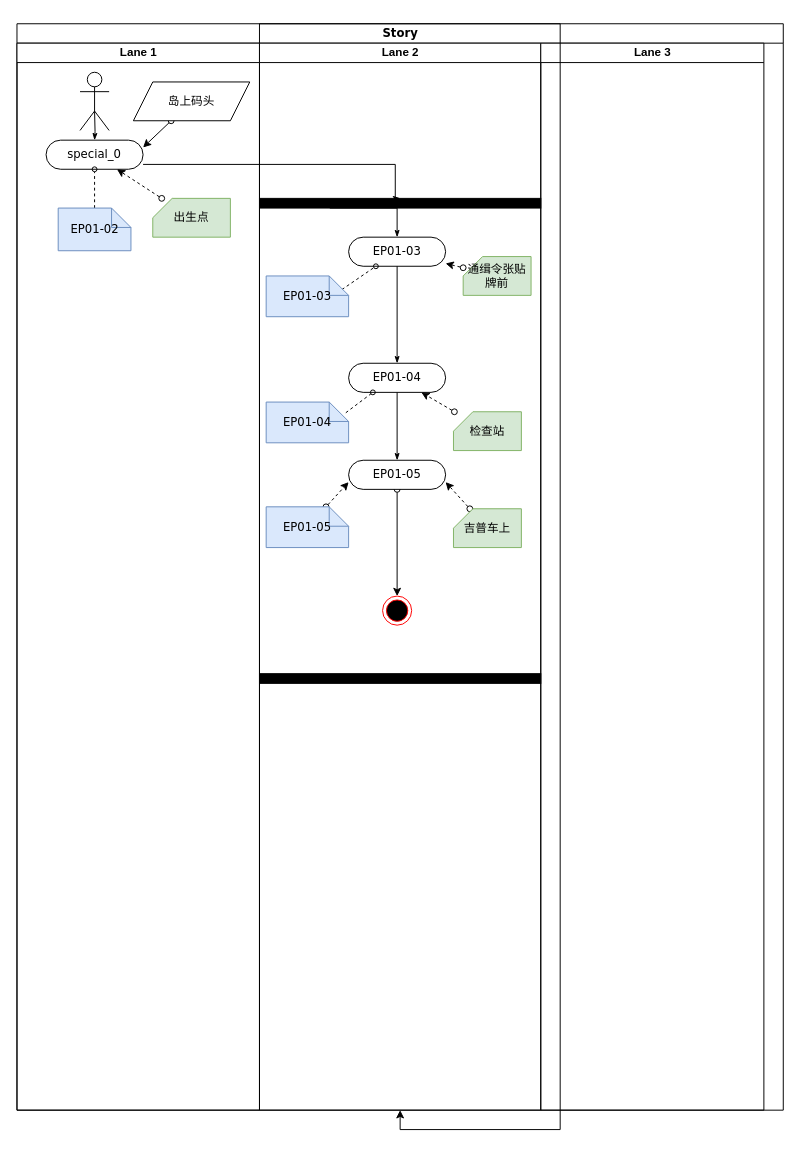
kwh3884858/Hippocampus keeps this draw.io diagram as page "关卡流程图" (1 of 2) of Tools/LevelDesignUML/LevelDesignUML_EP_01.drawio. Above is the earlier version. Source tidied: cells renumbered, new cells numbered last; positions are measured from the earlier drawing's top-left corner, leaving out a move shared by most shapes. Both pictures are drawn from the tidied source at 97%, with x=0, y=0 at pixel (16, 23).
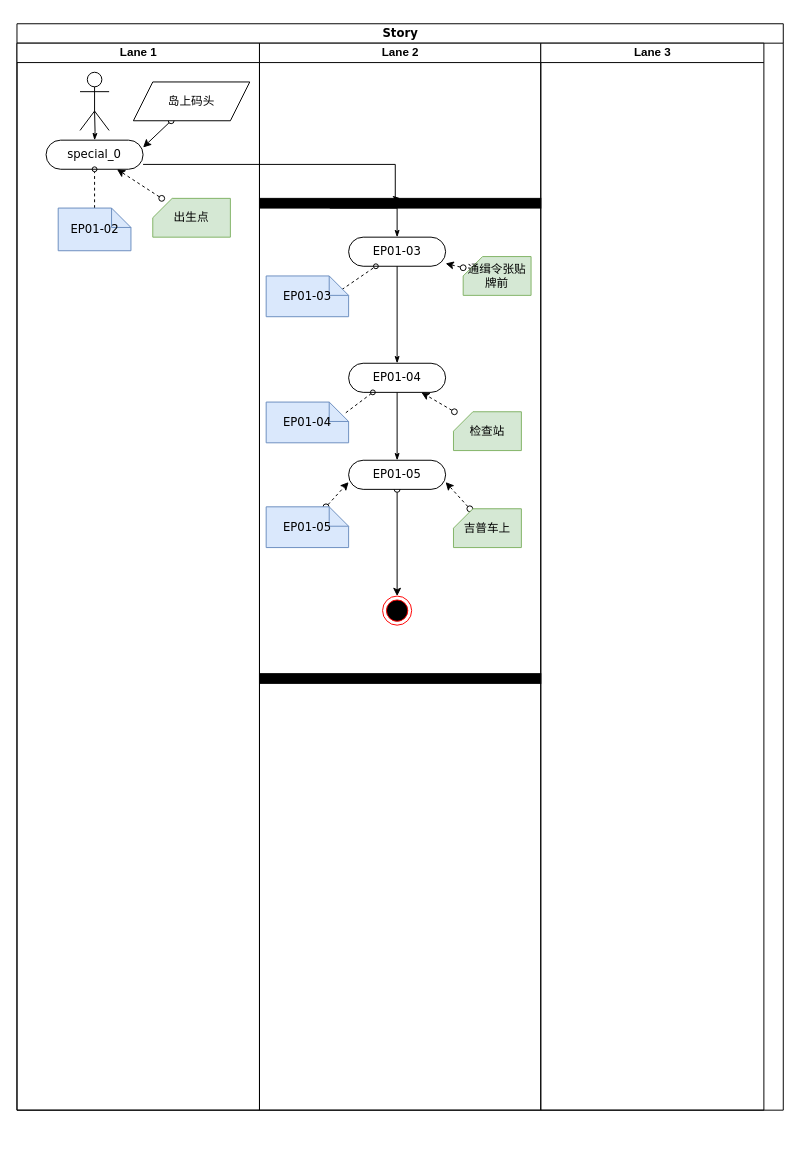
Above is the later version.

The change refers to these unchanged cells:
```xml
<mxCell id="2" value="Story" style="swimlane;html=1;startSize=20;rounded=0;shadow=0;comic=0;labelBackgroundColor=none;strokeWidth=1;fontFamily=Verdana;fontSize=12;align=center;" parent="1" vertex="1">
  <mxGeometry width="790" height="1120" as="geometry" />
</mxCell>
<mxCell id="13" value="Lane 2" style="swimlane;html=1;startSize=20;" parent="2" vertex="1">
  <mxGeometry x="250" y="20" width="290" height="1100" as="geometry" />
</mxCell>
```

The edit, as a diff of the source:
```diff
@@
-    <mxCell id="45" style="edgeStyle=orthogonalEdgeStyle;rounded=0;orthogonalLoop=1;jettySize=auto;html=1;exitX=0;exitY=0;exitDx=0;exitDy=0;" parent="2" edge="1" source="13" target="13">
-      <mxGeometry relative="1" as="geometry" />
-    </mxCell>
```
